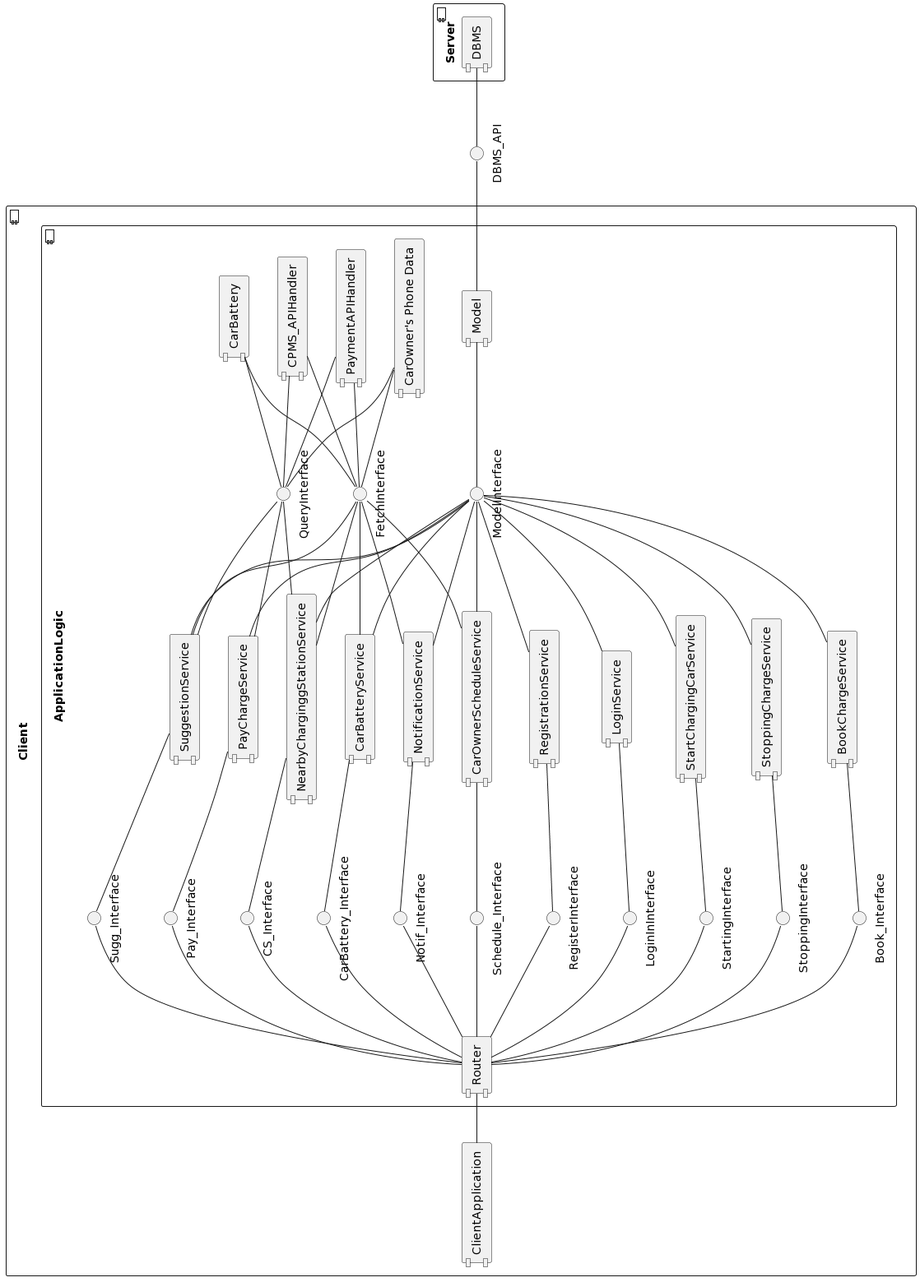
The PlantUML diagram DD/ComponentView_eMSP.png in febagni/AzankBagniWolff, before a commit. Source of this version:
```plantuml
@startuml
skinparam componentStyle uml1
left to right direction


component Client{
  component "ClientApplication" {
  }



component "ApplicationLogic"{
component "Router" as R
component "LoginService"
component "RegistrationService"
component "Model"

component "NearbyCharginggStationService"
component "PayChargeService"
component "BookChargeService"
component "NotificationService"
component "StoppingChargeService"
component "StartChargingCarService"
component "SuggestionService"
component "CarBatteryService"
component "CarOwnerScheduleService"

component "PaymentAPIHandler"
component "CPMS_APIHandler"
component "CarBattery"
component "CarOwner's Phone Data"

() "LoginInInterface"
() "RegisterInterface"
() "ModelInterface"
() "FetchInterface"
() "QueryInterface"
()"CS_Interface"
()"Pay_Interface"
()"Book_Interface"
()"Notif_Interface"
()"StoppingInterface"
()"StartingInterface"
() "Sugg_Interface"
() "CarBattery_Interface"
() "Schedule_Interface"

  }
}


component Server {
component "DBMS" as DB {
  }

}

ClientApplication -down- R
R -- "LoginInInterface"
R -- "RegisterInterface"

"LoginInInterface" -d- "LoginService"
"RegisterInterface" -- "RegistrationService"
"LoginService" -- "ModelInterface"
"RegistrationService" -- "ModelInterface"
"ModelInterface" -- "Model"
"Model" -- "DBMS_API"
"DBMS_API" -- DB

"NearbyCharginggStationService"-up-"CS_Interface"
"PayChargeService"-up-"Pay_Interface"
"BookChargeService"-up-"Book_Interface"
"NotificationService"-up-"Notif_Interface"
"StoppingChargeService"-up-"StoppingInterface"
"StartChargingCarService"-up-"StartingInterface"
"SuggestionService"-up-"Sugg_Interface"
"CarBatteryService"-up-"CarBattery_Interface"
"CarOwnerScheduleService"-up-"Schedule_Interface"

R -down- "CS_Interface"
R -down- "Pay_Interface"
R -down- "Book_Interface"
R -down- "Notif_Interface"
R -down- "StoppingInterface"
R -down- "StartingInterface"
R -down- "Sugg_Interface"
R -down- "CarBattery_Interface"
R -down- "Schedule_Interface"

"NearbyCharginggStationService" -- "ModelInterface"
"PayChargeService" -- "ModelInterface"
"BookChargeService" -- "ModelInterface"
"NotificationService" -- "ModelInterface"
"StoppingChargeService" -- "ModelInterface"
"StartChargingCarService" -- "ModelInterface"
"SuggestionService" -- "ModelInterface"
"CarBatteryService" -- "ModelInterface"
"CarOwnerScheduleService" -- "ModelInterface"


"FetchInterface" -- "PaymentAPIHandler"
"FetchInterface" --"CarBattery"
"FetchInterface" --"CarOwner's Phone Data"
"FetchInterface" --"CPMS_APIHandler"

"QueryInterface" -- "PaymentAPIHandler"
"QueryInterface" --"CarBattery"
"QueryInterface" --"CarOwner's Phone Data"
"QueryInterface" --"CPMS_APIHandler"

"NearbyCharginggStationService" -- "FetchInterface"
"NearbyCharginggStationService" -- "QueryInterface"
"SuggestionService" -- "FetchInterface"
"NotificationService" -- "FetchInterface"
"SuggestionService" -- "QueryInterface"
"PayChargeService" -- "QueryInterface"
"CarOwnerScheduleService" -- "FetchInterface"
"CarBatteryService" -- "FetchInterface"
@enduml
```
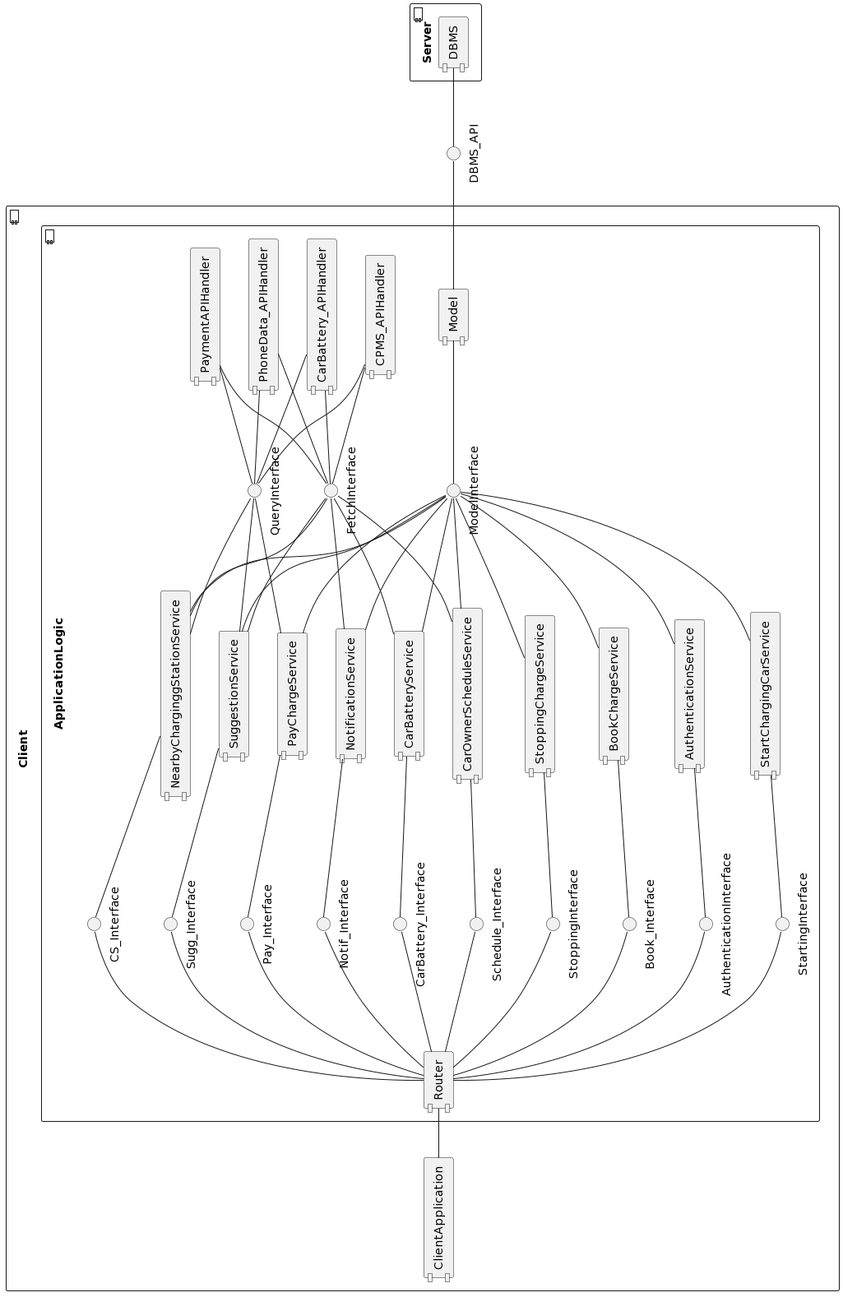
The same file after the commit.

The edit, as a diff of the source:
```diff
@@ -11,8 +11,7 @@
 
 component "ApplicationLogic"{
 component "Router" as R
-component "LoginService"
-component "RegistrationService"
+component "AuthenticationService"
 component "Model"
 
 component "NearbyCharginggStationService"
@@ -27,11 +26,10 @@
 
 component "PaymentAPIHandler"
 component "CPMS_APIHandler"
-component "CarBattery"
-component "CarOwner's Phone Data"
+component "CarBattery_APIHandler"
+component "PhoneData_APIHandler"
 
-() "LoginInInterface"
-() "RegisterInterface"
+() "AuthenticationInterface"
 () "ModelInterface"
 () "FetchInterface"
 () "QueryInterface"
@@ -56,13 +54,11 @@
 }
 
 ClientApplication -down- R
-R -- "LoginInInterface"
-R -- "RegisterInterface"
+R -down- "AuthenticationInterface"
 
-"LoginInInterface" -d- "LoginService"
-"RegisterInterface" -- "RegistrationService"
-"LoginService" -- "ModelInterface"
-"RegistrationService" -- "ModelInterface"
+
+"AuthenticationService" -up- "AuthenticationInterface"
+"AuthenticationService" -- "ModelInterface"
 "ModelInterface" -- "Model"
 "Model" -- "DBMS_API"
 "DBMS_API" -- DB
@@ -99,13 +95,13 @@
 
 
 "FetchInterface" -- "PaymentAPIHandler"
-"FetchInterface" --"CarBattery"
-"FetchInterface" --"CarOwner's Phone Data"
+"FetchInterface" --"CarBattery_APIHandler"
+"FetchInterface" --"PhoneData_APIHandler"
 "FetchInterface" --"CPMS_APIHandler"
 
 "QueryInterface" -- "PaymentAPIHandler"
-"QueryInterface" --"CarBattery"
-"QueryInterface" --"CarOwner's Phone Data"
+"QueryInterface" --"CarBattery_APIHandler"
+"QueryInterface" --"PhoneData_APIHandler"
 "QueryInterface" --"CPMS_APIHandler"
 
 "NearbyCharginggStationService" -- "FetchInterface"
```
